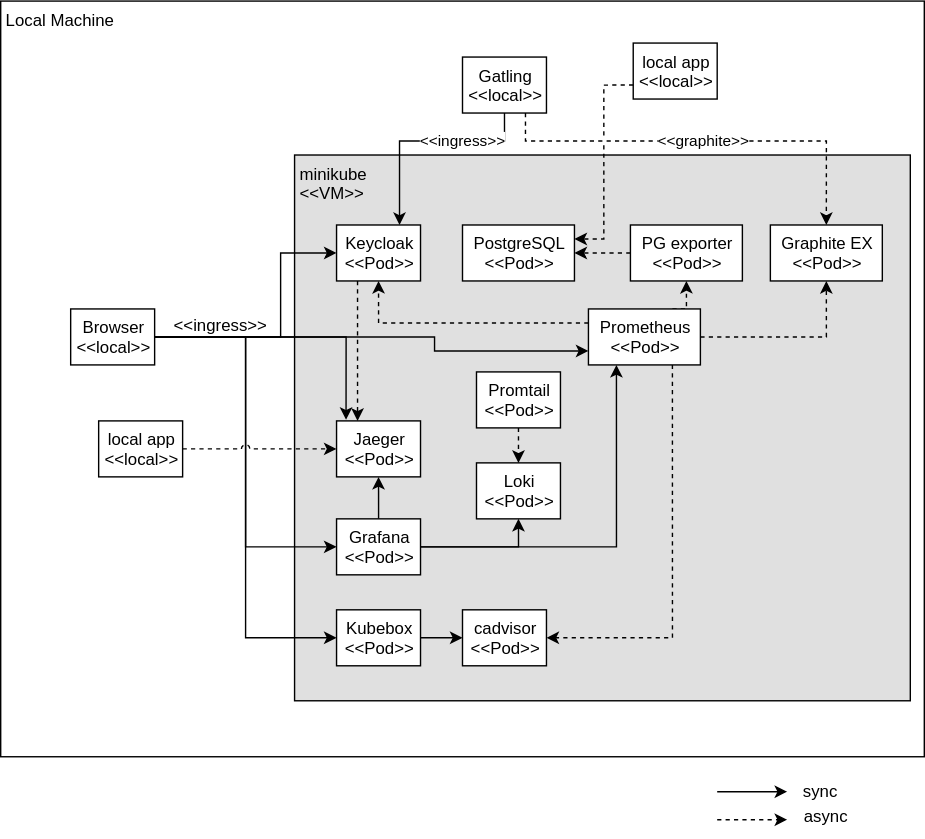
This is minikube-runtime-view.dio.svg from ahus1/keycloak-cloud-native-demo, a draw.io export, as it was before one commit. Source tidied: cells renumbered, new cells last; positions are measured from the earlier drawing's top-left corner, leaving out a move shared by most shapes.
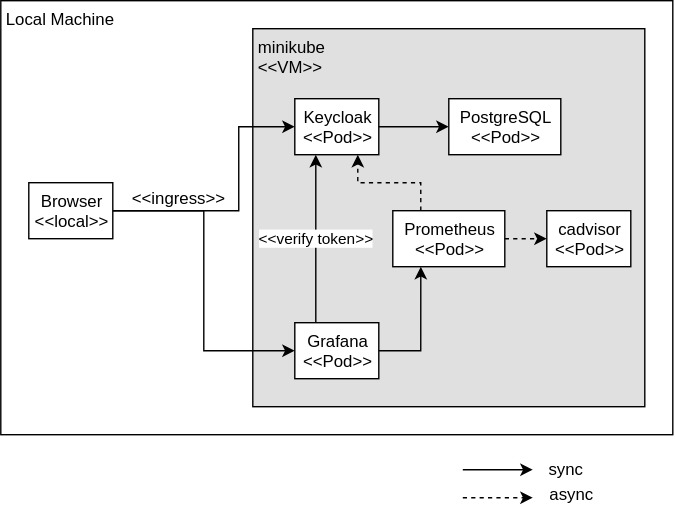
Above is the later version.

Commit message:
Adding a diagram to the docs and extending the CI

Diff of the diagram source:
```diff
@@ -3,61 +3,32 @@
     <mxCell id="0" />
     <mxCell id="1" parent="0" />
     <mxCell id="2" value="Local Machine" style="rounded=0;whiteSpace=wrap;html=1;align=left;labelPosition=center;verticalLabelPosition=middle;verticalAlign=top;spacingLeft=2;" parent="1" vertex="1">
-      <mxGeometry width="660" height="540" as="geometry" />
+      <mxGeometry x="30" y="90" width="480" height="310" as="geometry" />
     </mxCell>
     <mxCell id="3" value="minikube&lt;br&gt;&amp;lt;&amp;lt;VM&amp;gt;&amp;gt;" style="rounded=0;whiteSpace=wrap;html=1;align=left;verticalAlign=top;spacing=2;spacingLeft=2;labelBackgroundColor=none;fillColor=#E0E0E0;" parent="1" vertex="1">
-      <mxGeometry x="210" y="110" width="440" height="390" as="geometry" />
+      <mxGeometry x="210" y="110" width="280" height="270" as="geometry" />
     </mxCell>
-    <mxCell id="4" style="edgeStyle=orthogonalEdgeStyle;rounded=0;jettySize=auto;html=1;entryX=0.5;entryY=1;entryDx=0;entryDy=0;exitX=0;exitY=0.25;exitDx=0;exitDy=0;dashed=1;" parent="1" edge="1" source="6" target="15">
+    <mxCell id="4" style="edgeStyle=orthogonalEdgeStyle;rounded=0;jettySize=auto;html=1;entryX=0.75;entryY=1;entryDx=0;entryDy=0;exitX=0.25;exitY=0;exitDx=0;exitDy=0;dashed=1;" parent="1" edge="1" source="6" target="15">
       <mxGeometry relative="1" as="geometry" />
     </mxCell>
-    <mxCell id="5" style="edgeStyle=orthogonalEdgeStyle;rounded=0;jettySize=auto;html=1;entryX=0.5;entryY=1;entryDx=0;entryDy=0;dashed=1;exitX=0.75;exitY=0;exitDx=0;exitDy=0;" parent="1" edge="1" source="6" target="18">
-      <mxGeometry relative="1" as="geometry" />
-    </mxCell>
     <mxCell id="6" value="Prometheus&lt;br&gt;&amp;lt;&amp;lt;Pod&amp;gt;&amp;gt;" style="rounded=0;whiteSpace=wrap;html=1;align=center;verticalAlign=top;spacing=2;spacingLeft=2;" parent="1" vertex="1">
-      <mxGeometry x="420" y="220" width="80" height="40" as="geometry" />
+      <mxGeometry x="310" y="240" width="80" height="40" as="geometry" />
     </mxCell>
     <mxCell id="7" style="edgeStyle=orthogonalEdgeStyle;rounded=0;jettySize=auto;html=1;entryX=0.25;entryY=1;entryDx=0;entryDy=0;" parent="1" edge="1" source="9" target="6">
       <mxGeometry relative="1" as="geometry" />
     </mxCell>
-    <mxCell id="8" style="edgeStyle=orthogonalEdgeStyle;rounded=0;jettySize=auto;html=1;entryX=0.5;entryY=1;entryDx=0;entryDy=0;" parent="1" edge="1" source="9" target="10">
-      <mxGeometry relative="1" as="geometry" />
-    </mxCell>
     <mxCell id="9" value="Grafana&lt;br&gt;&amp;lt;&amp;lt;Pod&amp;gt;&amp;gt;" style="rounded=0;whiteSpace=wrap;html=1;align=center;verticalAlign=top;spacing=2;spacingLeft=2;" parent="1" vertex="1">
-      <mxGeometry x="240" y="370" width="60" height="40" as="geometry" />
+      <mxGeometry x="240" y="320" width="60" height="40" as="geometry" />
     </mxCell>
-    <mxCell id="10" value="Jaeger&lt;br&gt;&amp;lt;&amp;lt;Pod&amp;gt;&amp;gt;" style="rounded=0;whiteSpace=wrap;html=1;align=center;verticalAlign=top;spacing=2;spacingLeft=2;" parent="1" vertex="1">
-      <mxGeometry x="240" y="300" width="60" height="40" as="geometry" />
-    </mxCell>
-    <mxCell id="11" style="edgeStyle=orthogonalEdgeStyle;rounded=0;jettySize=auto;html=1;" parent="1" edge="1" source="12" target="13">
-      <mxGeometry relative="1" as="geometry" />
-    </mxCell>
-    <mxCell id="12" value="Kubebox&lt;br&gt;&amp;lt;&amp;lt;Pod&amp;gt;&amp;gt;" style="rounded=0;whiteSpace=wrap;html=1;align=center;verticalAlign=top;spacing=2;spacingLeft=2;" parent="1" vertex="1">
-      <mxGeometry x="240" y="435" width="60" height="40" as="geometry" />
-    </mxCell>
     <mxCell id="13" value="cadvisor&lt;br&gt;&amp;lt;&amp;lt;Pod&amp;gt;&amp;gt;" style="rounded=0;whiteSpace=wrap;html=1;align=center;verticalAlign=top;spacing=2;spacingLeft=2;" parent="1" vertex="1">
-      <mxGeometry x="330" y="435" width="60" height="40" as="geometry" />
+      <mxGeometry x="420" y="240" width="60" height="40" as="geometry" />
     </mxCell>
-    <mxCell id="14" value="&amp;lt;&amp;lt;ingress&amp;gt;&amp;gt;" style="edgeStyle=orthogonalEdgeStyle;rounded=0;jettySize=auto;html=1;entryX=0.75;entryY=0;entryDx=0;entryDy=0;exitX=0.5;exitY=1;exitDx=0;exitDy=0;" parent="1" edge="1" source="37" target="15">
-      <mxGeometry x="-0.35" relative="1" as="geometry">
-        <Array as="points">
-          <mxPoint x="360" y="100" />
-          <mxPoint x="285" y="100" />
-        </Array>
-      </mxGeometry>
-    </mxCell>
     <mxCell id="15" value="Keycloak&lt;br&gt;&amp;lt;&amp;lt;Pod&amp;gt;&amp;gt;" style="rounded=0;whiteSpace=wrap;html=1;align=center;verticalAlign=top;spacing=2;spacingLeft=2;" parent="1" vertex="1">
       <mxGeometry x="240" y="160" width="60" height="40" as="geometry" />
     </mxCell>
     <mxCell id="16" value="PostgreSQL&lt;br&gt;&amp;lt;&amp;lt;Pod&amp;gt;&amp;gt;" style="rounded=0;whiteSpace=wrap;html=1;align=center;verticalAlign=top;spacing=2;spacingLeft=2;" parent="1" vertex="1">
-      <mxGeometry x="330" y="160" width="80" height="40" as="geometry" />
+      <mxGeometry x="350" y="160" width="80" height="40" as="geometry" />
     </mxCell>
-    <mxCell id="17" style="edgeStyle=orthogonalEdgeStyle;rounded=0;jettySize=auto;html=1;dashed=1;" parent="1" edge="1" source="18" target="16">
-      <mxGeometry relative="1" as="geometry" />
-    </mxCell>
-    <mxCell id="18" value="PG exporter&lt;br&gt;&amp;lt;&amp;lt;Pod&amp;gt;&amp;gt;" style="rounded=0;whiteSpace=wrap;html=1;align=center;verticalAlign=top;spacing=2;spacingLeft=2;" parent="1" vertex="1">
-      <mxGeometry x="450" y="160" width="80" height="40" as="geometry" />
-    </mxCell>
     <mxCell id="19" style="edgeStyle=orthogonalEdgeStyle;rounded=0;jettySize=auto;html=1;entryX=0;entryY=0.5;entryDx=0;entryDy=0;" parent="1" edge="1" source="23" target="15">
       <mxGeometry relative="1" as="geometry">
         <Array as="points">
@@ -69,25 +40,11 @@
     <mxCell id="20" style="edgeStyle=orthogonalEdgeStyle;rounded=0;jettySize=auto;html=1;entryX=0;entryY=0.5;entryDx=0;entryDy=0;" parent="1" edge="1" source="23" target="9">
       <mxGeometry relative="1" as="geometry" />
     </mxCell>
-    <mxCell id="21" style="edgeStyle=orthogonalEdgeStyle;rounded=0;jettySize=auto;html=1;entryX=0;entryY=0.5;entryDx=0;entryDy=0;" parent="1" edge="1" source="23" target="12">
-      <mxGeometry relative="1" as="geometry" />
-    </mxCell>
-    <mxCell id="22" style="edgeStyle=orthogonalEdgeStyle;rounded=0;jettySize=auto;html=1;entryX=0;entryY=0.75;entryDx=0;entryDy=0;" parent="1" edge="1" source="23" target="6">
-      <mxGeometry relative="1" as="geometry">
-        <Array as="points">
-          <mxPoint x="310" y="240" />
-          <mxPoint x="310" y="250" />
-        </Array>
-      </mxGeometry>
-    </mxCell>
     <mxCell id="23" value="Browser&lt;br&gt;&amp;lt;&amp;lt;local&amp;gt;&amp;gt;" style="rounded=0;whiteSpace=wrap;html=1;align=center;verticalAlign=top;spacing=2;spacingLeft=2;" parent="1" vertex="1">
       <mxGeometry x="50" y="220" width="60" height="40" as="geometry" />
     </mxCell>
-    <mxCell id="24" style="edgeStyle=orthogonalEdgeStyle;rounded=0;jettySize=auto;html=1;entryX=0.25;entryY=0;entryDx=0;entryDy=0;exitX=0.25;exitY=1;exitDx=0;exitDy=0;dashed=1;" parent="1" edge="1" source="15" target="10">
-      <mxGeometry relative="1" as="geometry" />
-    </mxCell>
     <mxCell id="25" style="group;" parent="1" vertex="1">
-      <mxGeometry x="512" y="550" width="108" height="48" as="geometry" />
+      <mxGeometry x="360" y="410" width="108" height="48" as="geometry" />
     </mxCell>
     <mxCell id="26" style="edgeStyle=orthogonalEdgeStyle;rounded=0;orthogonalLoop=1;jettySize=auto;html=1;" parent="25" edge="1">
       <mxGeometry relative="1" as="geometry">
@@ -110,54 +67,14 @@
     <mxCell id="30" value="&lt;span style=&quot;color: rgb(0 , 0 , 0) ; font-family: &amp;#34;helvetica&amp;#34; ; font-size: 12px ; font-style: normal ; font-weight: 400 ; letter-spacing: normal ; text-align: center ; text-indent: 0px ; text-transform: none ; word-spacing: 0px ; display: inline ; float: none&quot;&gt;&amp;lt;&amp;lt;ingress&amp;gt;&amp;gt;&lt;/span&gt;" style="text;whiteSpace=wrap;html=1;" parent="1" vertex="1">
       <mxGeometry x="122" y="218" width="60" height="30" as="geometry" />
     </mxCell>
-    <mxCell id="31" style="edgeStyle=orthogonalEdgeStyle;rounded=0;jettySize=auto;html=1;entryX=1;entryY=0.5;entryDx=0;entryDy=0;dashed=1;exitX=0.75;exitY=1;exitDx=0;exitDy=0;" parent="1" edge="1" source="6" target="13">
+    <mxCell id="31" style="edgeStyle=orthogonalEdgeStyle;rounded=0;jettySize=auto;html=1;entryX=0;entryY=0.5;entryDx=0;entryDy=0;dashed=1;exitX=1;exitY=0.5;exitDx=0;exitDy=0;" parent="1" edge="1" source="6" target="13">
       <mxGeometry relative="1" as="geometry" />
     </mxCell>
-    <mxCell id="32" value="Promtail&lt;br&gt;&amp;lt;&amp;lt;Pod&amp;gt;&amp;gt;" style="rounded=0;whiteSpace=wrap;html=1;align=center;verticalAlign=top;spacing=2;spacingLeft=2;" parent="1" vertex="1">
-      <mxGeometry x="340" y="265" width="60" height="40" as="geometry" />
-    </mxCell>
-    <mxCell id="33" value="Loki&lt;br&gt;&amp;lt;&amp;lt;Pod&amp;gt;&amp;gt;" style="rounded=0;whiteSpace=wrap;html=1;align=center;verticalAlign=top;spacing=2;spacingLeft=2;" parent="1" vertex="1">
-      <mxGeometry x="340" y="330" width="60" height="40" as="geometry" />
-    </mxCell>
-    <mxCell id="34" style="edgeStyle=orthogonalEdgeStyle;rounded=0;jettySize=auto;html=1;entryX=0.5;entryY=0;entryDx=0;entryDy=0;dashed=1;exitX=0.5;exitY=1;exitDx=0;exitDy=0;" parent="1" edge="1" source="32" target="33">
-      <mxGeometry relative="1" as="geometry" />
-    </mxCell>
-    <mxCell id="35" style="edgeStyle=orthogonalEdgeStyle;rounded=0;jettySize=auto;html=1;exitX=1;exitY=0.5;exitDx=0;exitDy=0;entryX=0.5;entryY=1;entryDx=0;entryDy=0;" parent="1" edge="1" source="9" target="33">
-      <mxGeometry relative="1" as="geometry" />
-    </mxCell>
-    <mxCell id="36" style="edgeStyle=orthogonalEdgeStyle;rounded=0;jettySize=auto;html=1;entryX=0.113;entryY=-0.019;entryDx=0;entryDy=0;exitX=1;exitY=0.5;exitDx=0;exitDy=0;entryPerimeter=0;" parent="1" edge="1" source="23" target="10">
-      <mxGeometry relative="1" as="geometry" />
-    </mxCell>
-    <mxCell id="37" value="Gatling&lt;br&gt;&amp;lt;&amp;lt;local&amp;gt;&amp;gt;" style="rounded=0;whiteSpace=wrap;html=1;align=center;verticalAlign=top;spacing=2;spacingLeft=2;" parent="1" vertex="1">
-      <mxGeometry x="330" y="40" width="60" height="40" as="geometry" />
-    </mxCell>
-    <mxCell id="38" value="Graphite EX &amp;lt;&amp;lt;Pod&amp;gt;&amp;gt;" style="rounded=0;whiteSpace=wrap;html=1;align=center;verticalAlign=top;spacing=2;spacingLeft=2;" parent="1" vertex="1">
-      <mxGeometry x="550" y="160" width="80" height="40" as="geometry" />
-    </mxCell>
-    <mxCell id="39" value="&amp;lt;&amp;lt;graphite&amp;gt;&amp;gt;" style="edgeStyle=orthogonalEdgeStyle;rounded=0;jettySize=auto;html=1;entryX=0.5;entryY=0;entryDx=0;entryDy=0;exitX=0.75;exitY=1;exitDx=0;exitDy=0;dashed=1;jumpStyle=none;" parent="1" edge="1" source="37" target="38">
-      <mxGeometry relative="1" as="geometry">
-        <Array as="points">
-          <mxPoint x="375" y="100" />
-          <mxPoint x="590" y="100" />
-        </Array>
-      </mxGeometry>
-    </mxCell>
-    <mxCell id="40" style="edgeStyle=orthogonalEdgeStyle;rounded=0;jettySize=auto;html=1;entryX=0.5;entryY=1;entryDx=0;entryDy=0;dashed=1;exitX=1;exitY=0.5;exitDx=0;exitDy=0;" parent="1" edge="1" source="6" target="38">
-      <mxGeometry relative="1" as="geometry" />
-    </mxCell>
-    <mxCell id="41" style="edgeStyle=orthogonalEdgeStyle;rounded=0;jettySize=auto;html=1;entryX=0;entryY=0.5;entryDx=0;entryDy=0;sketch=0;jumpStyle=arc;dashed=1;" parent="1" edge="1" target="10">
-      <mxGeometry relative="1" as="geometry">
-        <mxPoint x="130" y="320" as="sourcePoint" />
-      </mxGeometry>
-    </mxCell>
-    <mxCell id="42" value="local app&lt;br&gt;&amp;lt;&amp;lt;local&amp;gt;&amp;gt;" style="rounded=0;whiteSpace=wrap;html=1;align=center;verticalAlign=top;spacing=2;spacingLeft=2;" parent="1" vertex="1">
-      <mxGeometry x="70" y="300" width="60" height="40" as="geometry" />
-    </mxCell>
-    <mxCell id="43" value="local app&lt;br&gt;&amp;lt;&amp;lt;local&amp;gt;&amp;gt;" style="rounded=0;whiteSpace=wrap;html=1;align=center;verticalAlign=top;spacing=2;spacingLeft=2;" parent="1" vertex="1">
-      <mxGeometry x="452" y="30" width="60" height="40" as="geometry" />
-    </mxCell>
-    <mxCell id="44" style="edgeStyle=orthogonalEdgeStyle;rounded=0;jettySize=auto;html=1;entryX=1;entryY=0.25;entryDx=0;entryDy=0;sketch=0;jumpStyle=gap;dashed=1;exitX=0;exitY=0.75;exitDx=0;exitDy=0;" parent="1" edge="1" source="43" target="16">
+    <mxCell id="44" style="edgeStyle=orthogonalEdgeStyle;rounded=0;jettySize=auto;html=1;entryX=0;entryY=0.5;entryDx=0;entryDy=0;exitX=1;exitY=0.5;exitDx=0;exitDy=0;" parent="1" edge="1" source="15" target="16">
       <mxGeometry relative="1" as="geometry" />
     </mxCell>
+    <mxCell id="45" value="&amp;lt;&amp;lt;verify token&amp;gt;&amp;gt;" style="edgeStyle=orthogonalEdgeStyle;rounded=0;jettySize=auto;html=1;exitX=0.25;exitY=0;exitDx=0;exitDy=0;entryX=0.25;entryY=1;entryDx=0;entryDy=0;" parent="1" edge="1" source="9" target="15">
+      <mxGeometry relative="1" as="geometry" />
+    </mxCell>
   </root>
 </mxGraphModel>
```
